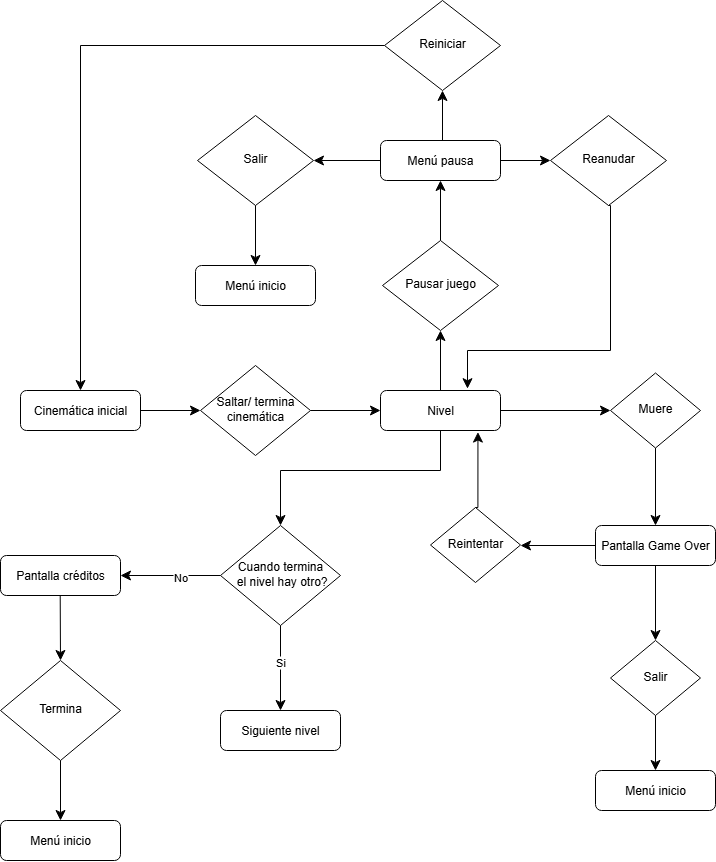
Earlier version of the draw.io export Imagenes_README/DiagramaflujoInGame.drawio.png (TheBigBoneTeam/Proyecto_Coyote). Source tidied: cells renumbered, new cells last; positions are measured from the earlier drawing's top-left corner, leaving out a move shared by most shapes.
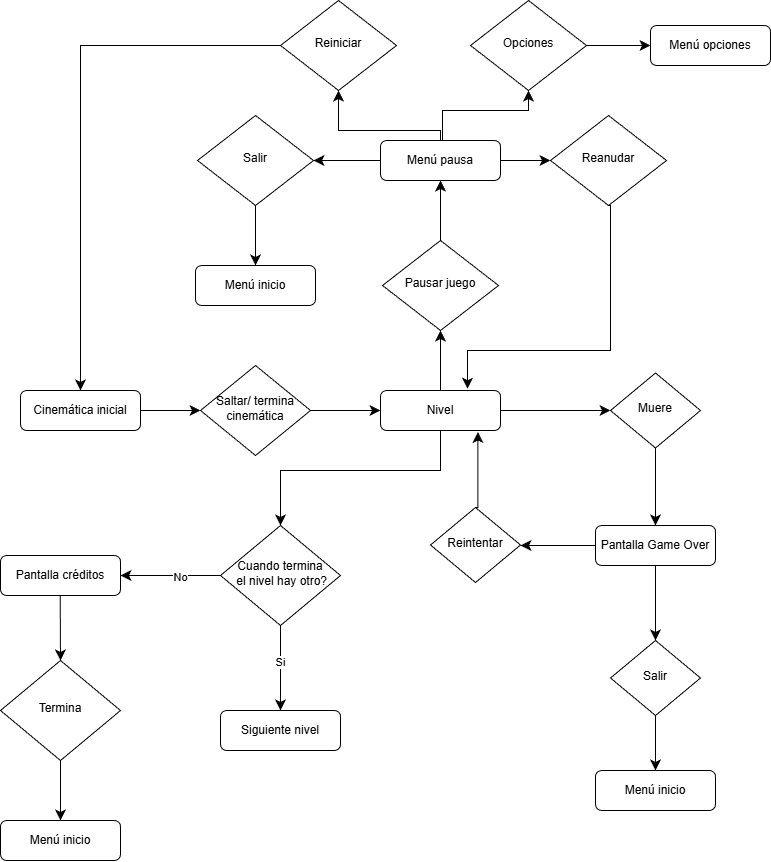
After the change.

Change to the diagram source:
```diff
@@ -59,7 +59,7 @@
       <mxGeometry relative="1" as="geometry" />
     </mxCell>
     <mxCell id="19" value="Reiniciar&lt;span style=&quot;color: rgba(0, 0, 0, 0); font-family: monospace; font-size: 0px; text-align: start; text-wrap-mode: nowrap;&quot;&gt;%3CmxGraphModel%3E%3Croot%3E%3CmxCell%20id%3D%220%22%2F%3E%3CmxCell%20id%3D%221%22%20parent%3D%220%22%2F%3E%3CmxCell%20id%3D%222%22%20value%3D%22Pausar%20juego%22%20style%3D%22rhombus%3BwhiteSpace%3Dwrap%3Bhtml%3D1%3Bshadow%3D0%3BfontFamily%3DHelvetica%3BfontSize%3D12%3Balign%3Dcenter%3BstrokeWidth%3D1%3Bspacing%3D6%3BspacingTop%3D-4%3B%22%20vertex%3D%221%22%20parent%3D%221%22%3E%3CmxGeometry%20x%3D%22402%22%20y%3D%22280%22%20width%3D%22116%22%20height%3D%2290%22%20as%3D%22geometry%22%2F%3E%3C%2FmxCell%3E%3C%2Froot%3E%3C%2FmxGraphModel%3E&lt;/span&gt;" style="rhombus;whiteSpace=wrap;html=1;shadow=0;fontFamily=Helvetica;fontSize=12;align=center;strokeWidth=1;spacing=6;spacingTop=-4;" parent="1" vertex="1">
-      <mxGeometry x="384" width="116" height="90" as="geometry" />
+      <mxGeometry x="280" width="116" height="90" as="geometry" />
     </mxCell>
     <mxCell id="20" value="Reanudar" style="rhombus;whiteSpace=wrap;html=1;shadow=0;fontFamily=Helvetica;fontSize=12;align=center;strokeWidth=1;spacing=6;spacingTop=-4;" parent="1" vertex="1">
       <mxGeometry x="550" y="115" width="116" height="90" as="geometry" />
@@ -73,6 +73,10 @@
     <mxCell id="23" style="edgeStyle=segmentEdgeStyle;endArrow=classic;html=1;curved=0;rounded=0;endSize=8;startSize=8;entryX=0.5;entryY=1;entryDx=0;entryDy=0;" parent="1" edge="1" target="19">
       <mxGeometry relative="1" as="geometry">
         <mxPoint x="440" y="140" as="sourcePoint" />
+        <Array as="points">
+          <mxPoint x="440" y="130" />
+          <mxPoint x="338" y="130" />
+        </Array>
       </mxGeometry>
     </mxCell>
     <mxCell id="24" style="edgeStyle=segmentEdgeStyle;endArrow=classic;html=1;curved=0;rounded=0;endSize=8;startSize=8;entryX=0;entryY=0.5;entryDx=0;entryDy=0;exitX=1;exitY=0.5;exitDx=0;exitDy=0;" parent="1" edge="1" source="2" target="20">
@@ -146,5 +150,24 @@
         <mxPoint x="60" y="820" as="targetPoint" />
       </mxGeometry>
     </mxCell>
+    <mxCell id="44" value="Opciones" style="rhombus;whiteSpace=wrap;html=1;shadow=0;fontFamily=Helvetica;fontSize=12;align=center;strokeWidth=1;spacing=6;spacingTop=-4;" parent="1" vertex="1">
+      <mxGeometry x="470" width="116" height="90" as="geometry" />
+    </mxCell>
+    <mxCell id="45" value="Menú opciones" style="rounded=1;whiteSpace=wrap;html=1;fontSize=12;glass=0;strokeWidth=1;shadow=0;" parent="1" vertex="1">
+      <mxGeometry x="650" y="25" width="120" height="40" as="geometry" />
+    </mxCell>
+    <mxCell id="46" style="edgeStyle=segmentEdgeStyle;endArrow=classic;html=1;curved=0;rounded=0;endSize=8;startSize=8;entryX=0.5;entryY=1;entryDx=0;entryDy=0;" parent="1" edge="1" target="44">
+      <mxGeometry relative="1" as="geometry">
+        <mxPoint x="440" y="140" as="sourcePoint" />
+        <Array as="points">
+          <mxPoint x="442" y="140" />
+          <mxPoint x="442" y="110" />
+          <mxPoint x="528" y="110" />
+        </Array>
+      </mxGeometry>
+    </mxCell>
+    <mxCell id="47" style="edgeStyle=segmentEdgeStyle;endArrow=classic;html=1;curved=0;rounded=0;endSize=8;startSize=8;entryX=0;entryY=0.5;entryDx=0;entryDy=0;exitX=1;exitY=0.5;exitDx=0;exitDy=0;" parent="1" edge="1" source="44" target="45">
+      <mxGeometry relative="1" as="geometry" />
+    </mxCell>
   </root>
 </mxGraphModel>
```
